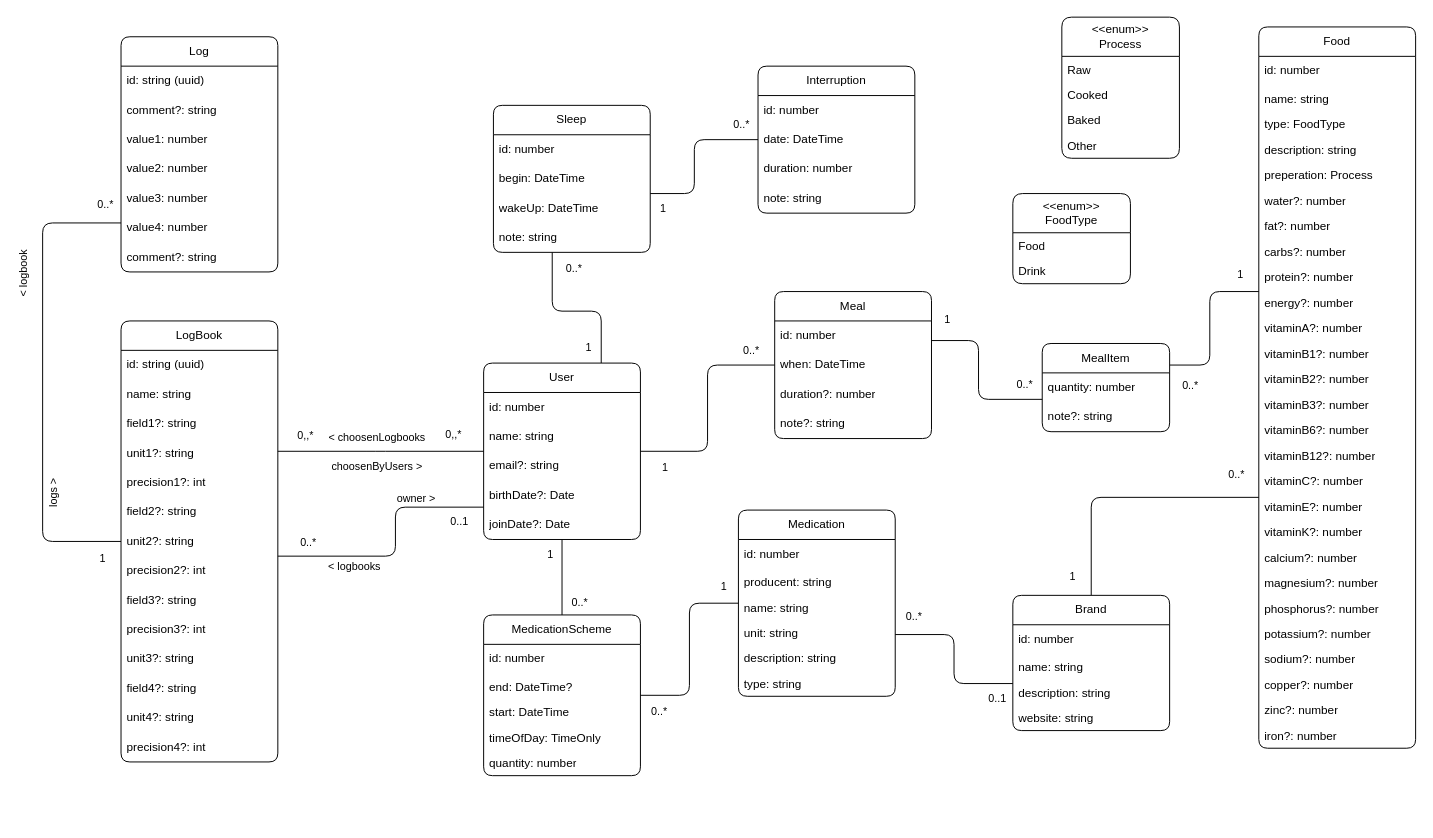
rafalhogent/medikoJs keeps this draw.io diagram as page "Domain" (1 of 3) of doc/medikojs.drawio. Above is the earlier version. Source tidied: cells renumbered, new cells numbered last; positions are measured from the earlier drawing's top-left corner, leaving out a move shared by most shapes. Both pictures are drawn from the tidied source at 98%, with x=0, y=0 at pixel (42, 17).
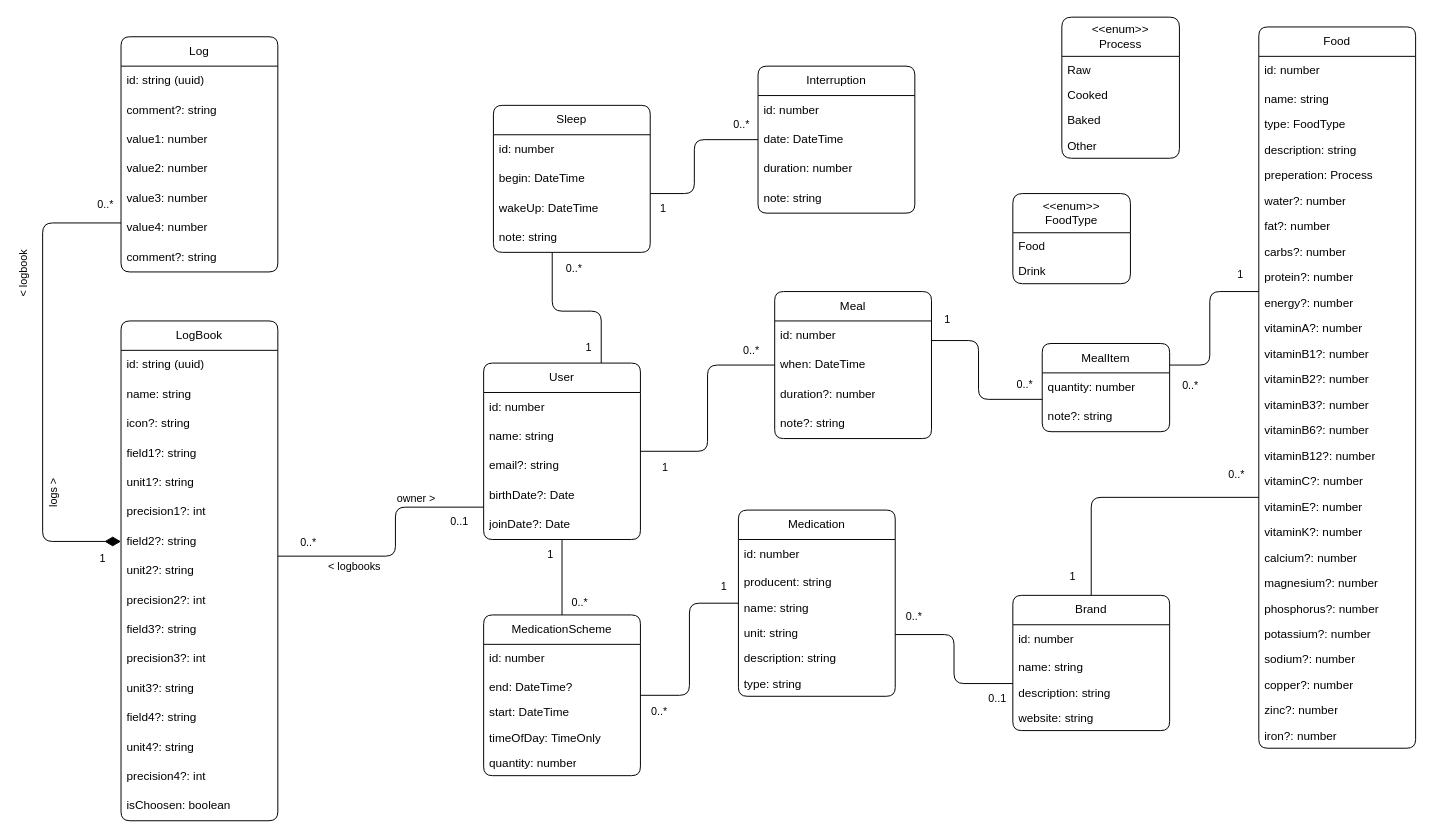
After the change.

Unchanged cells that the change refers to:
```xml
<mxCell id="16" value="User" style="swimlane;fontStyle=0;horizontal=1;startSize=30;whiteSpace=wrap;html=1;arcSize=10;comic=0;rounded=1;" parent="1" vertex="1">
  <mxGeometry x="450" y="353" width="160" height="180" as="geometry" />
</mxCell>
<mxCell id="42" value="Log" style="swimlane;fontStyle=0;horizontal=1;startSize=30;whiteSpace=wrap;html=1;arcSize=10;comic=0;rounded=1;" parent="1" vertex="1">
  <mxGeometry x="80" y="20" width="160" height="240" as="geometry" />
</mxCell>
```

The edit, as a diff of the source:
```diff
@@
-    <mxCell id="22" style="edgeStyle=orthogonalEdgeStyle;rounded=1;jettySize=auto;html=1;startArrow=none;startFill=0;endArrow=none;endFill=0;endSize=10;startSize=10;" parent="1" edge="1" source="27" target="42">
+    <mxCell id="22" style="edgeStyle=orthogonalEdgeStyle;rounded=1;jettySize=auto;html=1;startArrow=diamondThin;startFill=1;endArrow=none;endFill=0;endSize=14;startSize=14;" parent="1" edge="1" source="27" target="42">
       <mxGeometry relative="1" as="geometry">
         <Array as="points">
           <mxPoint y="535" />
           <mxPoint y="210" />
         </Array>
       </mxGeometry>
     </mxCell>
@@
     <mxCell id="27" value="LogBook" style="swimlane;fontStyle=0;horizontal=1;startSize=30;whiteSpace=wrap;html=1;arcSize=10;comic=0;rounded=1;swimlaneLine=1;portConstraintRotation=0;" parent="1" vertex="1">
-      <mxGeometry x="80" y="310" width="160" height="450" as="geometry" />
+      <mxGeometry x="80" y="310" width="160" height="510" as="geometry" />
     </mxCell>
@@
+    <mxCell id="145" value="icon?: string" style="text;strokeColor=none;fillColor=none;align=left;verticalAlign=middle;spacingLeft=4;spacingRight=4;overflow=hidden;whiteSpace=wrap;html=1;" parent="27" vertex="1">
+      <mxGeometry y="90" width="160" height="30" as="geometry" />
+    </mxCell>
     <mxCell id="30" value="field1?: string" style="text;strokeColor=none;fillColor=none;align=left;verticalAlign=middle;spacingLeft=4;spacingRight=4;overflow=hidden;whiteSpace=wrap;html=1;" parent="27" vertex="1">
-      <mxGeometry y="90" width="160" height="30" as="geometry" />
+      <mxGeometry y="120" width="160" height="30" as="geometry" />
     </mxCell>
     <mxCell id="31" value="unit1?: string" style="text;strokeColor=none;fillColor=none;align=left;verticalAlign=middle;spacingLeft=4;spacingRight=4;overflow=hidden;whiteSpace=wrap;html=1;" parent="27" vertex="1">
-      <mxGeometry y="120" width="160" height="30" as="geometry" />
+      <mxGeometry y="150" width="160" height="30" as="geometry" />
     </mxCell>
     <mxCell id="32" value="precision1?: int" style="text;strokeColor=none;fillColor=none;align=left;verticalAlign=middle;spacingLeft=4;spacingRight=4;overflow=hidden;whiteSpace=wrap;html=1;" parent="27" vertex="1">
-      <mxGeometry y="150" width="160" height="30" as="geometry" />
+      <mxGeometry y="180" width="160" height="30" as="geometry" />
     </mxCell>
     <mxCell id="33" value="field2?: string" style="text;strokeColor=none;fillColor=none;align=left;verticalAlign=middle;spacingLeft=4;spacingRight=4;overflow=hidden;whiteSpace=wrap;html=1;" parent="27" vertex="1">
-      <mxGeometry y="180" width="160" height="30" as="geometry" />
+      <mxGeometry y="210" width="160" height="30" as="geometry" />
     </mxCell>
     <mxCell id="34" value="unit2?: string" style="text;strokeColor=none;fillColor=none;align=left;verticalAlign=middle;spacingLeft=4;spacingRight=4;overflow=hidden;whiteSpace=wrap;html=1;" parent="27" vertex="1">
-      <mxGeometry y="210" width="160" height="30" as="geometry" />
+      <mxGeometry y="240" width="160" height="30" as="geometry" />
     </mxCell>
     <mxCell id="35" value="precision2?: int" style="text;strokeColor=none;fillColor=none;align=left;verticalAlign=middle;spacingLeft=4;spacingRight=4;overflow=hidden;whiteSpace=wrap;html=1;" parent="27" vertex="1">
-      <mxGeometry y="240" width="160" height="30" as="geometry" />
+      <mxGeometry y="270" width="160" height="30" as="geometry" />
     </mxCell>
     <mxCell id="36" value="field3?: string" style="text;strokeColor=none;fillColor=none;align=left;verticalAlign=middle;spacingLeft=4;spacingRight=4;overflow=hidden;whiteSpace=wrap;html=1;" parent="27" vertex="1">
-      <mxGeometry y="270" width="160" height="30" as="geometry" />
+      <mxGeometry y="300" width="160" height="30" as="geometry" />
     </mxCell>
     <mxCell id="37" value="precision3?: int" style="text;strokeColor=none;fillColor=none;align=left;verticalAlign=middle;spacingLeft=4;spacingRight=4;overflow=hidden;whiteSpace=wrap;html=1;" parent="27" vertex="1">
-      <mxGeometry y="300" width="160" height="30" as="geometry" />
+      <mxGeometry y="330" width="160" height="30" as="geometry" />
     </mxCell>
     <mxCell id="38" value="unit3?: string" style="text;strokeColor=none;fillColor=none;align=left;verticalAlign=middle;spacingLeft=4;spacingRight=4;overflow=hidden;whiteSpace=wrap;html=1;" parent="27" vertex="1">
-      <mxGeometry y="330" width="160" height="30" as="geometry" />
+      <mxGeometry y="360" width="160" height="30" as="geometry" />
     </mxCell>
     <mxCell id="39" value="field4?: string" style="text;strokeColor=none;fillColor=none;align=left;verticalAlign=middle;spacingLeft=4;spacingRight=4;overflow=hidden;whiteSpace=wrap;html=1;" parent="27" vertex="1">
-      <mxGeometry y="360" width="160" height="30" as="geometry" />
+      <mxGeometry y="390" width="160" height="30" as="geometry" />
     </mxCell>
     <mxCell id="40" value="unit4?: string" style="text;strokeColor=none;fillColor=none;align=left;verticalAlign=middle;spacingLeft=4;spacingRight=4;overflow=hidden;whiteSpace=wrap;html=1;" parent="27" vertex="1">
-      <mxGeometry y="390" width="160" height="30" as="geometry" />
+      <mxGeometry y="420" width="160" height="30" as="geometry" />
     </mxCell>
     <mxCell id="41" value="precision4?: int" style="text;strokeColor=none;fillColor=none;align=left;verticalAlign=middle;spacingLeft=4;spacingRight=4;overflow=hidden;whiteSpace=wrap;html=1;" parent="27" vertex="1">
-      <mxGeometry y="420" width="160" height="30" as="geometry" />
+      <mxGeometry y="450" width="160" height="30" as="geometry" />
     </mxCell>
+    <mxCell id="146" value="isChoosen: boolean" style="text;strokeColor=none;fillColor=none;align=left;verticalAlign=middle;spacingLeft=4;spacingRight=4;overflow=hidden;whiteSpace=wrap;html=1;" parent="27" vertex="1">
+      <mxGeometry y="480" width="160" height="30" as="geometry" />
+    </mxCell>
@@
-    <mxCell id="140" style="edgeStyle=orthogonalEdgeStyle;rounded=1;jettySize=auto;html=1;endArrow=none;endFill=0;strokeColor=default;align=center;verticalAlign=middle;fontFamily=Helvetica;fontSize=11;fontColor=default;labelBackgroundColor=default;startArrow=none;startFill=0;startSize=10;endSize=10;" parent="1" edge="1" source="27" target="16">
-      <mxGeometry relative="1" as="geometry">
-        <Array as="points">
-          <mxPoint x="340" y="443" />
-          <mxPoint x="340" y="443" />
-        </Array>
-      </mxGeometry>
-    </mxCell>
-    <mxCell id="141" value="0,,*" style="edgeLabel;html=1;align=center;verticalAlign=middle;rounded=1;strokeColor=default;fontFamily=Helvetica;fontSize=11;fontColor=default;labelBackgroundColor=default;" parent="140" vertex="1">
-      <mxGeometry x="0.59" y="-1" relative="1" as="geometry">
-        <mxPoint x="11" y="-19" as="offset" />
-      </mxGeometry>
-    </mxCell>
-    <mxCell id="142" value="0,,*" style="edgeLabel;html=1;align=center;verticalAlign=middle;rounded=1;strokeColor=default;fontFamily=Helvetica;fontSize=11;fontColor=default;labelBackgroundColor=default;" parent="140" vertex="1">
-      <mxGeometry x="-0.74" y="-2" relative="1" as="geometry">
-        <mxPoint y="-19" as="offset" />
-      </mxGeometry>
-    </mxCell>
-    <mxCell id="143" value="choosenByUsers &amp;gt;" style="edgeLabel;html=1;align=center;verticalAlign=middle;rounded=1;strokeColor=default;fontFamily=Helvetica;fontSize=11;fontColor=default;labelBackgroundColor=default;" parent="140" vertex="1">
-      <mxGeometry x="-0.07" y="-2" relative="1" as="geometry">
-        <mxPoint x="2" y="13" as="offset" />
-      </mxGeometry>
-    </mxCell>
-    <mxCell id="144" value="&amp;lt; choosenLogbooks" style="edgeLabel;html=1;align=center;verticalAlign=middle;rounded=1;strokeColor=default;fontFamily=Helvetica;fontSize=11;fontColor=default;labelBackgroundColor=default;" parent="140" vertex="1">
-      <mxGeometry x="-0.09" relative="1" as="geometry">
-        <mxPoint x="4" y="-15" as="offset" />
-      </mxGeometry>
-    </mxCell>
```
